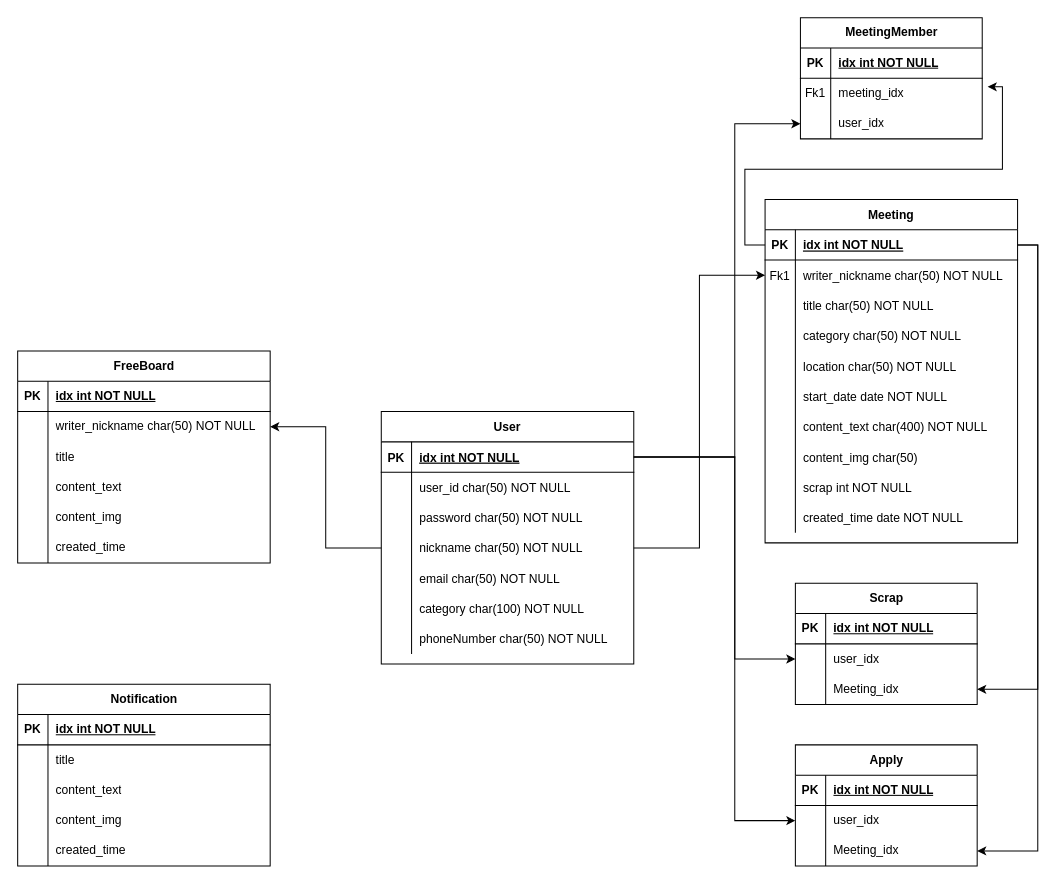
This is 제목 없는 다이어그램.drawio from mang0206/KosaMiniProject1, a draw.io file, before an edit. Source tidied: cells renumbered, new cells numbered last; positions are measured from the earlier drawing's top-left corner, leaving out a move shared by most shapes. Both pictures are drawn from the tidied source at 101%, with x=0, y=0 at pixel (17, 17).
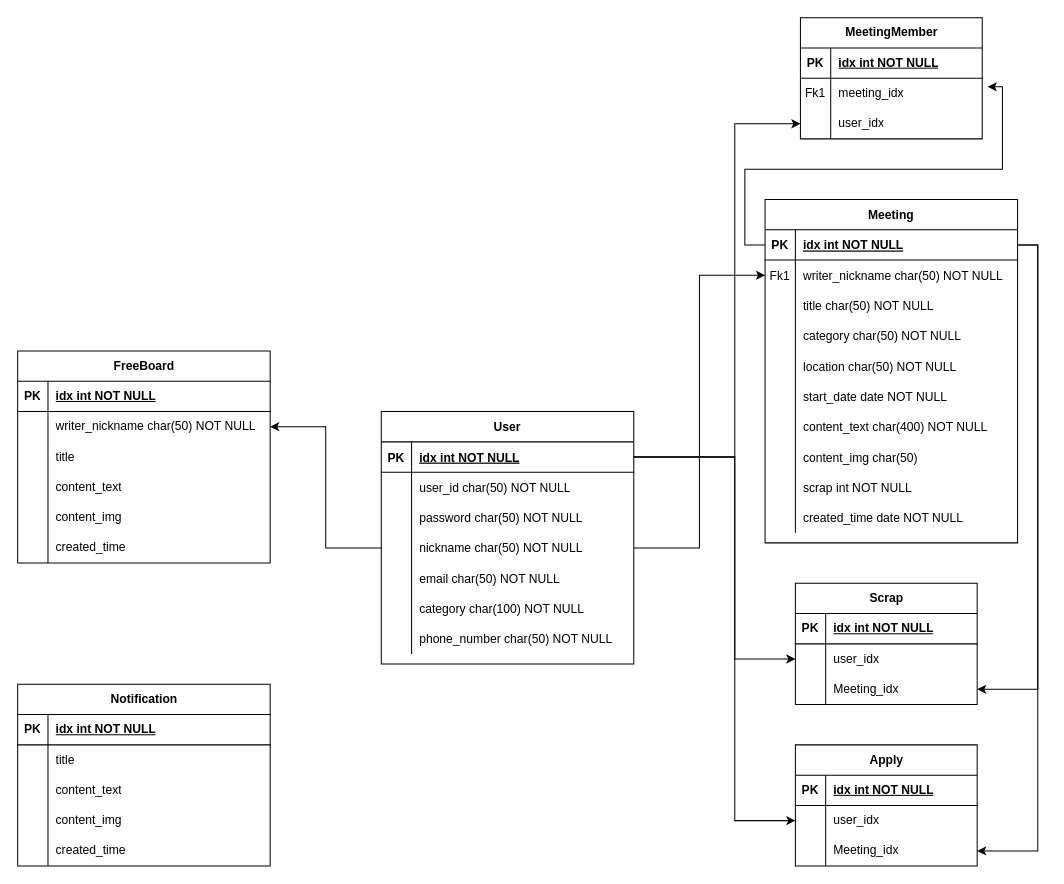
The same page after the edit.

Commit message:
제목 없는 다이어그램.drawio 업데이트

Unchanged cells that the change refers to:
```xml
<mxCell id="21" style="shape=partialRectangle;fillColor=none;top=0;left=0;right=0;bottom=0;" parent="2" vertex="1">
  <mxGeometry y="210" width="250" height="30" as="geometry" />
</mxCell>
```

What changed in the source:
```diff
@@
-    <mxCell id="23" value="phoneNumber char(50) NOT NULL" style="shape=partialRectangle;overflow=hidden;fillColor=none;top=0;left=0;bottom=0;right=0;align=left;spacingLeft=6;" parent="21" vertex="1">
+    <mxCell id="23" value="phone_number char(50) NOT NULL" style="shape=partialRectangle;overflow=hidden;fillColor=none;top=0;left=0;bottom=0;right=0;align=left;spacingLeft=6;" parent="21" vertex="1">
       <mxGeometry x="30" width="220" height="30" as="geometry" />
     </mxCell>
```
